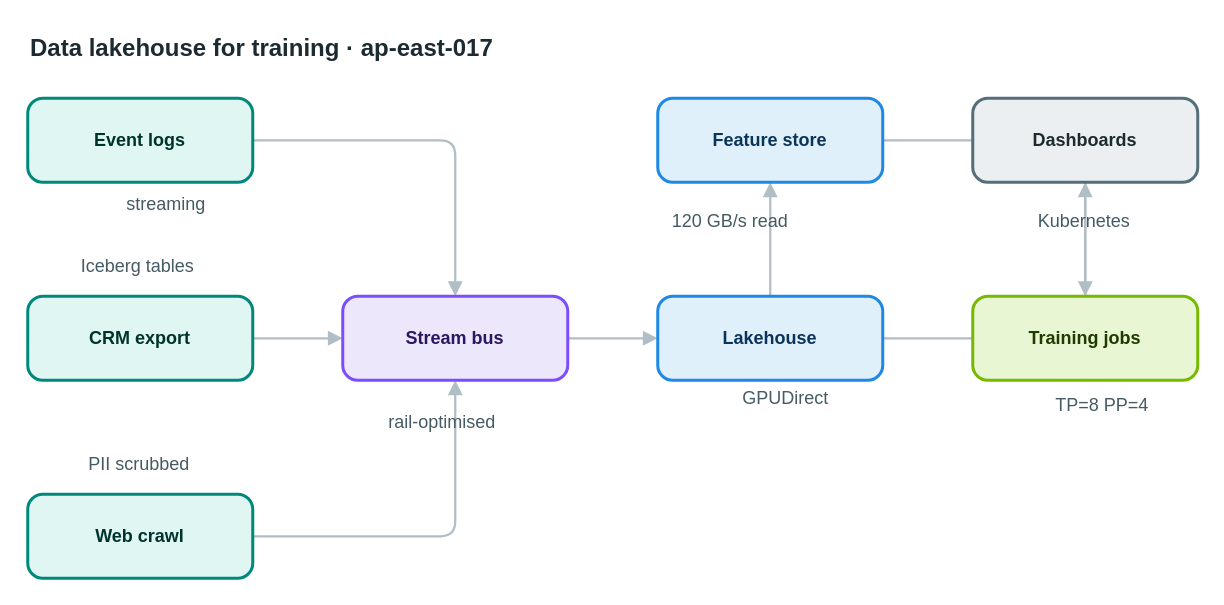
Above: apps/web/public/samples/library/017-data-lakehouse-for-training.drawio in AryanG01/open-apprentice (draw.io), before the change. Source tidied: cells renumbered, new cells numbered last; positions are measured from the earlier drawing's top-left corner, leaving out a move shared by most shapes. Both pictures are drawn from the tidied source at 150%, with x=0, y=0 at pixel (27, 26).
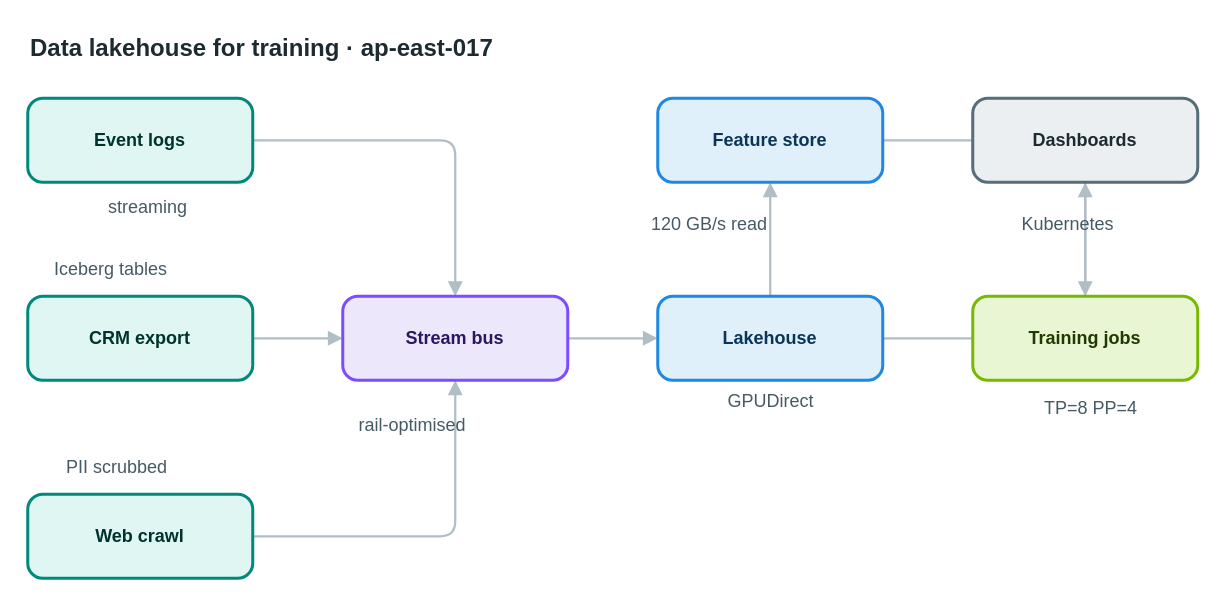
The same diagram, later.

The edit, as a diff of the source:
```diff
@@
-    <mxCell id="18" value="streaming" style="text;html=1;align=center;verticalAlign=middle;whiteSpace=nowrap;strokeColor=none;fillColor=none;fontSize=12;fontColor=#455a64;" parent="1" vertex="1">
+    <mxCell id="18" value="streaming" style="text;html=1;align=left;verticalAlign=top;whiteSpace=nowrap;spacing=0;spacingTop=0;strokeColor=none;fillColor=none;fontSize=12;fontColor=#455a64;" parent="1" vertex="1">
       <mxGeometry x="54" y="109" width="75" height="20" as="geometry" />
     </mxCell>
-    <mxCell id="19" value="Iceberg tables" style="text;html=1;align=center;verticalAlign=middle;whiteSpace=nowrap;strokeColor=none;fillColor=none;fontSize=12;fontColor=#455a64;" parent="1" vertex="1">
+    <mxCell id="19" value="Iceberg tables" style="text;html=1;align=left;verticalAlign=top;whiteSpace=nowrap;spacing=0;spacingTop=0;strokeColor=none;fillColor=none;fontSize=12;fontColor=#455a64;" parent="1" vertex="1">
       <mxGeometry x="18" y="150" width="110" height="20" as="geometry" />
     </mxCell>
-    <mxCell id="20" value="PII scrubbed" style="text;html=1;align=center;verticalAlign=middle;whiteSpace=nowrap;strokeColor=none;fillColor=none;fontSize=12;fontColor=#455a64;" parent="1" vertex="1">
+    <mxCell id="20" value="PII scrubbed" style="text;html=1;align=left;verticalAlign=top;whiteSpace=nowrap;spacing=0;spacingTop=0;strokeColor=none;fillColor=none;fontSize=12;fontColor=#455a64;" parent="1" vertex="1">
       <mxGeometry x="26" y="282" width="96" height="20" as="geometry" />
     </mxCell>
-    <mxCell id="21" value="rail-optimised" style="text;html=1;align=center;verticalAlign=middle;whiteSpace=nowrap;strokeColor=none;fillColor=none;fontSize=12;fontColor=#455a64;" parent="1" vertex="1">
+    <mxCell id="21" value="rail-optimised" style="text;html=1;align=left;verticalAlign=top;whiteSpace=nowrap;spacing=0;spacingTop=0;strokeColor=none;fillColor=none;fontSize=12;fontColor=#455a64;" parent="1" vertex="1">
       <mxGeometry x="221" y="254" width="110" height="20" as="geometry" />
     </mxCell>
-    <mxCell id="22" value="GPUDirect" style="text;html=1;align=center;verticalAlign=middle;whiteSpace=nowrap;strokeColor=none;fillColor=none;fontSize=12;fontColor=#455a64;" parent="1" vertex="1">
+    <mxCell id="22" value="GPUDirect" style="text;html=1;align=left;verticalAlign=top;whiteSpace=nowrap;spacing=0;spacingTop=0;strokeColor=none;fillColor=none;fontSize=12;fontColor=#455a64;" parent="1" vertex="1">
       <mxGeometry x="467" y="238" width="75" height="20" as="geometry" />
     </mxCell>
-    <mxCell id="23" value="120 GB/s read" style="text;html=1;align=center;verticalAlign=middle;whiteSpace=nowrap;strokeColor=none;fillColor=none;fontSize=12;fontColor=#455a64;" parent="1" vertex="1">
+    <mxCell id="23" value="120 GB/s read" style="text;html=1;align=left;verticalAlign=top;whiteSpace=nowrap;spacing=0;spacingTop=0;strokeColor=none;fillColor=none;fontSize=12;fontColor=#455a64;" parent="1" vertex="1">
       <mxGeometry x="416" y="120" width="103" height="20" as="geometry" />
     </mxCell>
-    <mxCell id="24" value="TP=8 PP=4" style="text;html=1;align=center;verticalAlign=middle;whiteSpace=nowrap;strokeColor=none;fillColor=none;fontSize=12;fontColor=#455a64;" parent="1" vertex="1">
+    <mxCell id="24" value="TP=8 PP=4" style="text;html=1;align=left;verticalAlign=top;whiteSpace=nowrap;spacing=0;spacingTop=0;strokeColor=none;fillColor=none;fontSize=12;fontColor=#455a64;" parent="1" vertex="1">
       <mxGeometry x="678" y="243" width="75" height="20" as="geometry" />
     </mxCell>
-    <mxCell id="25" value="Kubernetes" style="text;html=1;align=center;verticalAlign=middle;whiteSpace=nowrap;strokeColor=none;fillColor=none;fontSize=12;fontColor=#455a64;" parent="1" vertex="1">
+    <mxCell id="25" value="Kubernetes" style="text;html=1;align=left;verticalAlign=top;whiteSpace=nowrap;spacing=0;spacingTop=0;strokeColor=none;fillColor=none;fontSize=12;fontColor=#455a64;" parent="1" vertex="1">
       <mxGeometry x="663" y="120" width="82" height="20" as="geometry" />
     </mxCell>
```
